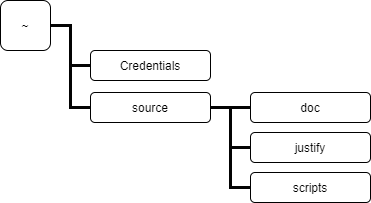
The draw.io diagram doc/img/Diagramas/directorios1.png in davidelinformatico/TFG, before a commit. Source tidied: cells renumbered, new cells last; positions are measured from the earlier drawing's top-left corner, leaving out a move shared by most shapes.
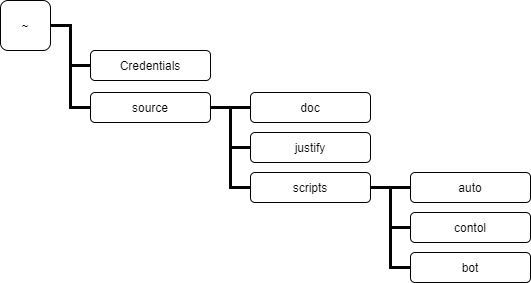
The same diagram one commit later.

Change to the diagram source:
```diff
@@ -35,5 +35,29 @@
     <mxCell id="12" value="~" style="rounded=1;whiteSpace=wrap;html=1;sketch=0;strokeColor=#000000;strokeWidth=1;fillColor=#ffffff;gradientColor=none;fontColor=#000000;" parent="1" vertex="1">
       <mxGeometry width="50" height="50" as="geometry" />
     </mxCell>
+    <mxCell id="13" value="bot" style="rounded=1;sketch=0;strokeWidth=1;" parent="1" vertex="1">
+      <mxGeometry x="410" y="252" width="120" height="30" as="geometry" />
+    </mxCell>
+    <mxCell id="14" value="contol" style="rounded=1;sketch=0;strokeWidth=1;" parent="1" vertex="1">
+      <mxGeometry x="410" y="212" width="120" height="30" as="geometry" />
+    </mxCell>
+    <mxCell id="15" value="auto" style="rounded=1;sketch=0;strokeWidth=1;" parent="1" vertex="1">
+      <mxGeometry x="410" y="172" width="120" height="30" as="geometry" />
+    </mxCell>
+    <mxCell id="16" style="edgeStyle=orthogonalEdgeStyle;rounded=0;sketch=0;jettySize=auto;html=1;exitX=1;exitY=0.5;exitDx=0;exitDy=0;entryX=0;entryY=0.5;entryDx=0;entryDy=0;shadow=0;strokeColor=#030303;strokeWidth=3;fontColor=#000000;endArrow=none;endFill=0;" parent="1" edge="1" target="15">
+      <mxGeometry relative="1" as="geometry">
+        <mxPoint x="370" y="187" as="sourcePoint" />
+      </mxGeometry>
+    </mxCell>
+    <mxCell id="17" style="edgeStyle=orthogonalEdgeStyle;rounded=0;sketch=0;jettySize=auto;html=1;exitX=1;exitY=0.5;exitDx=0;exitDy=0;entryX=0;entryY=0.5;entryDx=0;entryDy=0;shadow=0;endArrow=none;endFill=0;strokeColor=#030303;strokeWidth=3;fontColor=#000000;" parent="1" edge="1" target="14">
+      <mxGeometry relative="1" as="geometry">
+        <mxPoint x="370" y="187" as="sourcePoint" />
+      </mxGeometry>
+    </mxCell>
+    <mxCell id="18" style="edgeStyle=orthogonalEdgeStyle;rounded=0;sketch=0;jettySize=auto;html=1;exitX=1;exitY=0.5;exitDx=0;exitDy=0;entryX=0;entryY=0.5;entryDx=0;entryDy=0;shadow=0;endArrow=none;endFill=0;strokeColor=#030303;strokeWidth=3;fontColor=#000000;" parent="1" edge="1" target="13">
+      <mxGeometry relative="1" as="geometry">
+        <mxPoint x="370" y="187" as="sourcePoint" />
+      </mxGeometry>
+    </mxCell>
   </root>
 </mxGraphModel>
```
